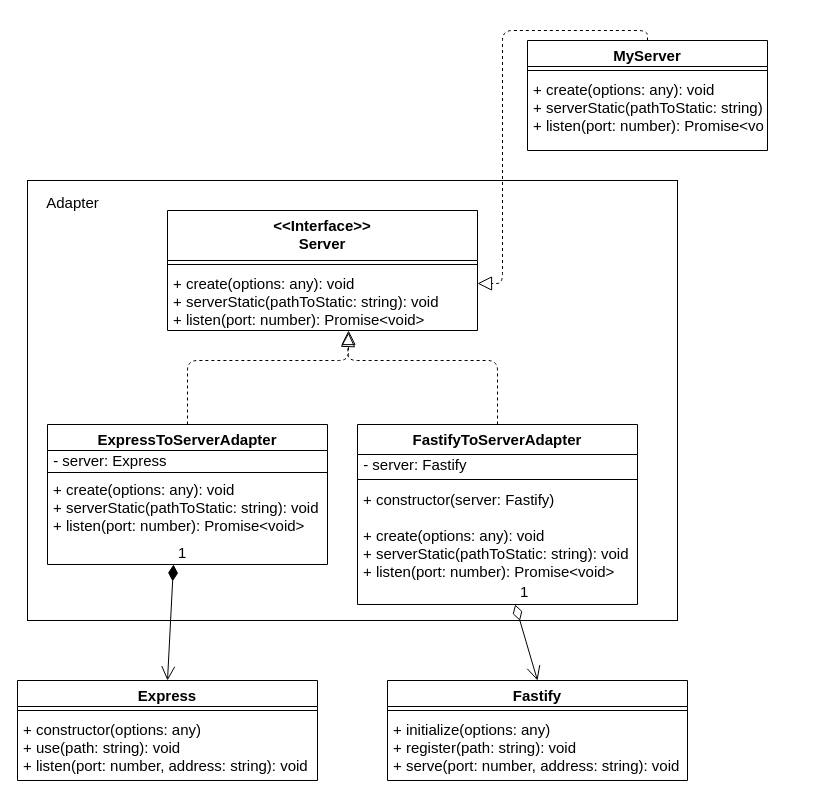
The draw.io diagram structural/adapter/adapter.drawio in kirill-krasuk/design_patterns, before the edit. Source tidied: cells renumbered, new cells numbered last; positions are measured from the earlier drawing's top-left corner, leaving out a move shared by most shapes. Both pictures are drawn from the tidied source at 100%, with x=0, y=0 at pixel (17, 40).
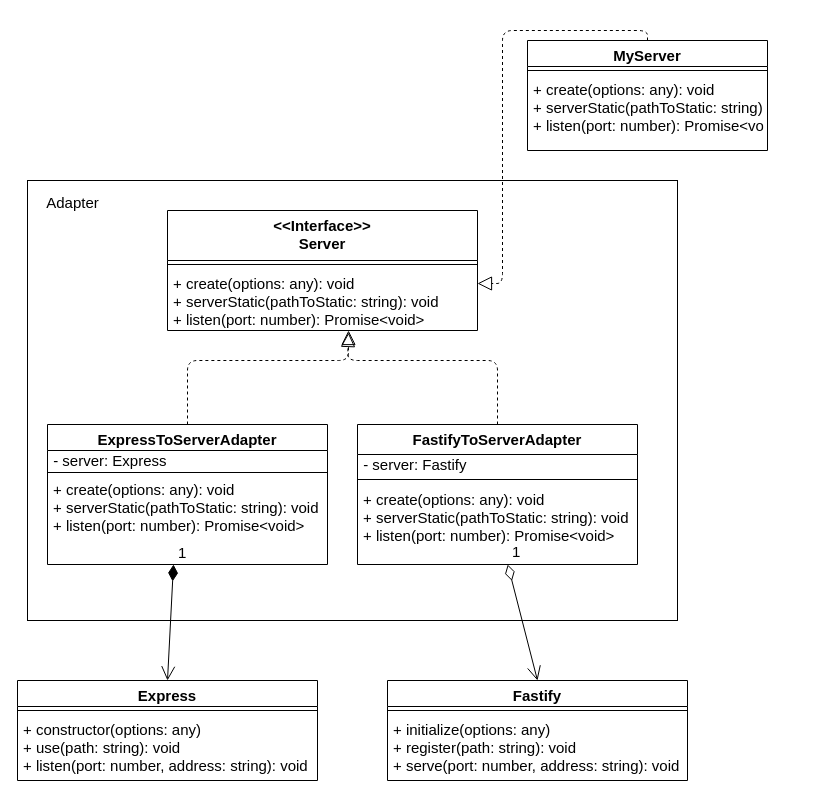
The same page after the edit.

What changed in the source:
```diff
@@
     <mxCell id="11" value="FastifyToServerAdapter&#10;" style="swimlane;fontStyle=1;align=center;verticalAlign=top;horizontal=1;startSize=30;fontSize=15;" parent="1" vertex="1">
-      <mxGeometry x="340" y="384" width="280" height="180" as="geometry" />
+      <mxGeometry x="340" y="384" width="280" height="140" as="geometry" />
     </mxCell>
@@
-    <mxCell id="14" value="+ constructor(server: Fastify)&#10;&#10;+ create(options: any): void&#10;+ serverStatic(pathToStatic: string): void&#10;+ listen(port: number): Promise&lt;void&gt;" style="text;strokeColor=none;fillColor=none;align=left;verticalAlign=top;spacingLeft=4;spacingRight=4;overflow=hidden;points=[[0,0.5],[1,0.5]];portConstraint=eastwest;fontSize=15;" parent="11" vertex="1">
-      <mxGeometry y="60" width="280" height="120" as="geometry" />
+    <mxCell id="14" value="+ create(options: any): void&#10;+ serverStatic(pathToStatic: string): void&#10;+ listen(port: number): Promise&lt;void&gt;" style="text;strokeColor=none;fillColor=none;align=left;verticalAlign=top;spacingLeft=4;spacingRight=4;overflow=hidden;points=[[0,0.5],[1,0.5]];portConstraint=eastwest;fontSize=15;" parent="11" vertex="1">
+      <mxGeometry y="60" width="280" height="80" as="geometry" />
     </mxCell>
```
